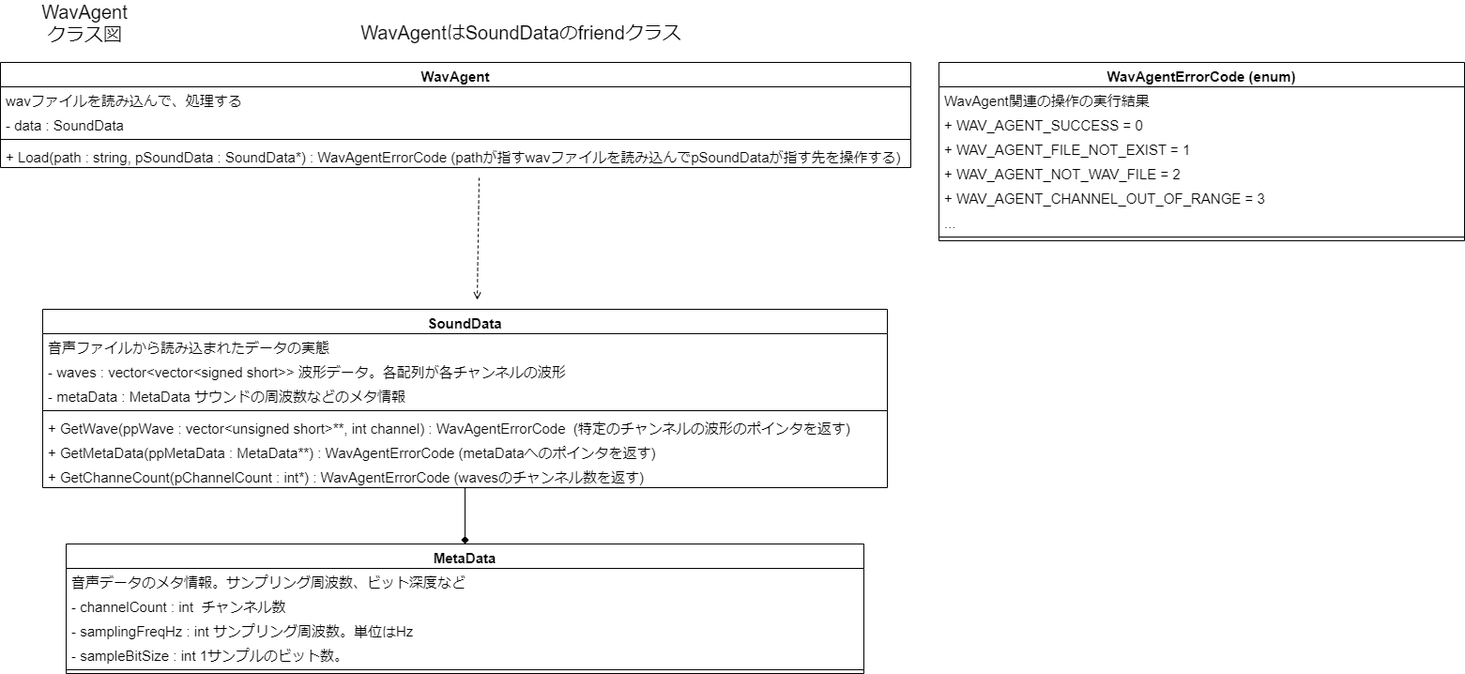
Earlier version of the draw.io export design/WavAgentClassDiagram.png (Dumble009/WavAgent). Source tidied: cells renumbered, new cells last; positions are measured from the earlier drawing's top-left corner, leaving out a move shared by most shapes.
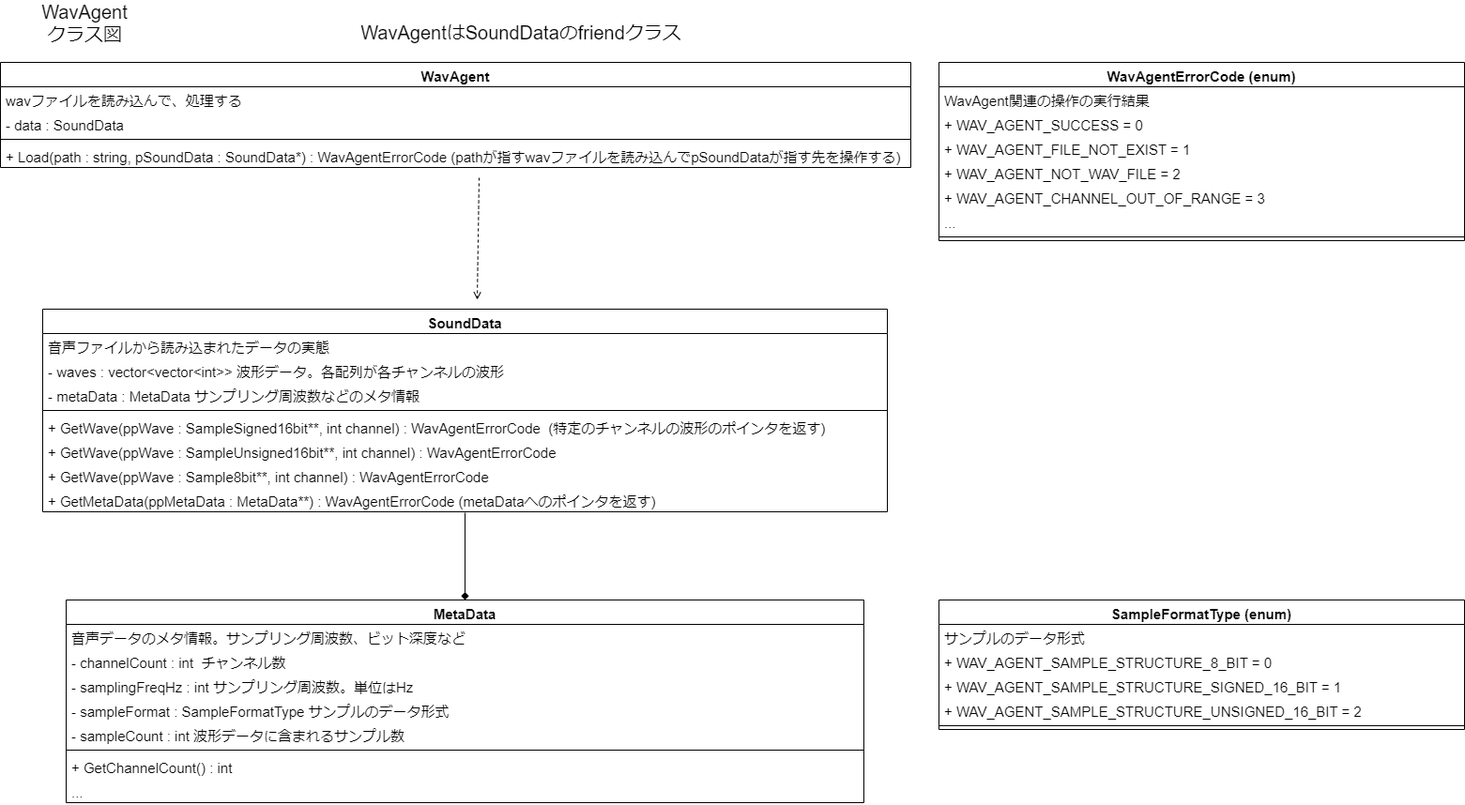
Above is the later version.

Change to the diagram source:
```diff
@@ -27,31 +27,34 @@
       <mxGeometry y="86" width="970" height="26" as="geometry" />
     </mxCell>
     <mxCell id="9" value="SoundData" style="swimlane;fontStyle=1;align=center;verticalAlign=top;horizontal=1;startSize=26;fontSize=15;" parent="1" vertex="1">
-      <mxGeometry x="45" y="320" width="900" height="190" as="geometry" />
+      <mxGeometry x="45" y="320" width="900" height="216" as="geometry" />
     </mxCell>
     <mxCell id="10" value="音声ファイルから読み込まれたデータの実態" style="text;strokeColor=none;fillColor=none;align=left;verticalAlign=top;spacingLeft=4;spacingRight=4;overflow=hidden;fontSize=15;" parent="9" vertex="1">
       <mxGeometry y="26" width="900" height="26" as="geometry" />
     </mxCell>
-    <mxCell id="11" value="- waves : vector&lt;vector&lt;signed short&gt;&gt; 波形データ。各配列が各チャンネルの波形" style="text;strokeColor=none;fillColor=none;align=left;verticalAlign=top;spacingLeft=4;spacingRight=4;overflow=hidden;fontSize=15;" parent="9" vertex="1">
+    <mxCell id="11" value="- waves : vector&lt;vector&lt;int&gt;&gt; 波形データ。各配列が各チャンネルの波形" style="text;strokeColor=none;fillColor=none;align=left;verticalAlign=top;spacingLeft=4;spacingRight=4;overflow=hidden;fontSize=15;" parent="9" vertex="1">
       <mxGeometry y="52" width="900" height="26" as="geometry" />
     </mxCell>
-    <mxCell id="12" value="- metaData : MetaData サウンドの周波数などのメタ情報" style="text;strokeColor=none;fillColor=none;align=left;verticalAlign=top;spacingLeft=4;spacingRight=4;overflow=hidden;fontSize=15;" parent="9" vertex="1">
+    <mxCell id="12" value="- metaData : MetaData サンプリング周波数などのメタ情報" style="text;strokeColor=none;fillColor=none;align=left;verticalAlign=top;spacingLeft=4;spacingRight=4;overflow=hidden;fontSize=15;" parent="9" vertex="1">
       <mxGeometry y="78" width="900" height="26" as="geometry" />
     </mxCell>
     <mxCell id="13" style="line;strokeWidth=1;fillColor=none;align=left;verticalAlign=middle;spacingTop=-1;spacingLeft=3;spacingRight=3;labelPosition=right;fontSize=15;" parent="9" vertex="1">
       <mxGeometry y="104" width="900" height="8" as="geometry" />
     </mxCell>
-    <mxCell id="14" value="+ GetWave(ppWave : vector&lt;unsigned short&gt;**, int channel) : WavAgentErrorCode  (特定のチャンネルの波形のポインタを返す)" style="text;strokeColor=none;fillColor=none;align=left;verticalAlign=top;spacingLeft=4;spacingRight=4;overflow=hidden;fontSize=15;" parent="9" vertex="1">
+    <mxCell id="14" value="+ GetWave(ppWave : SampleSigned16bit**, int channel) : WavAgentErrorCode  (特定のチャンネルの波形のポインタを返す)" style="text;strokeColor=none;fillColor=none;align=left;verticalAlign=top;spacingLeft=4;spacingRight=4;overflow=hidden;fontSize=15;" parent="9" vertex="1">
       <mxGeometry y="112" width="900" height="26" as="geometry" />
     </mxCell>
+    <mxCell id="33" value="+ GetWave(ppWave : SampleUnsigned16bit**, int channel) : WavAgentErrorCode " style="text;strokeColor=none;fillColor=none;align=left;verticalAlign=top;spacingLeft=4;spacingRight=4;overflow=hidden;fontSize=15;" parent="9" vertex="1">
+      <mxGeometry y="138" width="900" height="26" as="geometry" />
+    </mxCell>
+    <mxCell id="34" value="+ GetWave(ppWave : Sample8bit**, int channel) : WavAgentErrorCode " style="text;strokeColor=none;fillColor=none;align=left;verticalAlign=top;spacingLeft=4;spacingRight=4;overflow=hidden;fontSize=15;" parent="9" vertex="1">
+      <mxGeometry y="164" width="900" height="26" as="geometry" />
+    </mxCell>
     <mxCell id="15" value="+ GetMetaData(ppMetaData : MetaData**) : WavAgentErrorCode (metaDataへのポインタを返す)" style="text;strokeColor=none;fillColor=none;align=left;verticalAlign=top;spacingLeft=4;spacingRight=4;overflow=hidden;points=[[0,0.5],[1,0.5]];portConstraint=eastwest;fontSize=15;" parent="9" vertex="1">
-      <mxGeometry y="138" width="900" height="26" as="geometry" />
+      <mxGeometry y="190" width="900" height="26" as="geometry" />
     </mxCell>
-    <mxCell id="16" value="+ GetChanneCount(pChannelCount : int*) : WavAgentErrorCode (wavesのチャンネル数を返す)" style="text;strokeColor=none;fillColor=none;align=left;verticalAlign=top;spacingLeft=4;spacingRight=4;overflow=hidden;fontSize=15;" parent="9" vertex="1">
-      <mxGeometry y="164" width="900" height="26" as="geometry" />
-    </mxCell>
     <mxCell id="17" value="MetaData" style="swimlane;fontStyle=1;align=center;verticalAlign=top;horizontal=1;startSize=26;fontSize=15;" parent="1" vertex="1">
-      <mxGeometry x="70" y="570" width="850" height="138" as="geometry" />
+      <mxGeometry x="70" y="630" width="850" height="216" as="geometry" />
     </mxCell>
     <mxCell id="18" value="音声データのメタ情報。サンプリング周波数、ビット深度など" style="text;strokeColor=none;fillColor=none;align=left;verticalAlign=top;spacingLeft=4;spacingRight=4;overflow=hidden;fontSize=15;" parent="17" vertex="1">
       <mxGeometry y="26" width="850" height="26" as="geometry" />
@@ -62,16 +65,23 @@
     <mxCell id="20" value="- samplingFreqHz : int サンプリング周波数。単位はHz" style="text;strokeColor=none;fillColor=none;align=left;verticalAlign=top;spacingLeft=4;spacingRight=4;overflow=hidden;fontSize=15;" parent="17" vertex="1">
       <mxGeometry y="78" width="850" height="26" as="geometry" />
     </mxCell>
-    <mxCell id="21" value="- sampleBitSize : int 1サンプルのビット数。" style="text;strokeColor=none;fillColor=none;align=left;verticalAlign=top;spacingLeft=4;spacingRight=4;overflow=hidden;fontSize=15;" parent="17" vertex="1">
+    <mxCell id="21" value="- sampleFormat : SampleFormatType サンプルのデータ形式" style="text;strokeColor=none;fillColor=none;align=left;verticalAlign=top;spacingLeft=4;spacingRight=4;overflow=hidden;fontSize=15;" parent="17" vertex="1">
       <mxGeometry y="104" width="850" height="26" as="geometry" />
     </mxCell>
+    <mxCell id="35" value="- sampleCount : int 波形データに含まれるサンプル数" style="text;strokeColor=none;fillColor=none;align=left;verticalAlign=top;spacingLeft=4;spacingRight=4;overflow=hidden;fontSize=15;" parent="17" vertex="1">
+      <mxGeometry y="130" width="850" height="26" as="geometry" />
+    </mxCell>
     <mxCell id="22" style="line;strokeWidth=1;fillColor=none;align=left;verticalAlign=middle;spacingTop=-1;spacingLeft=3;spacingRight=3;labelPosition=right;fontSize=15;" parent="17" vertex="1">
-      <mxGeometry y="130" width="850" height="8" as="geometry" />
+      <mxGeometry y="156" width="850" height="8" as="geometry" />
     </mxCell>
+    <mxCell id="36" value="+ GetChannelCount() : int" style="text;strokeColor=none;fillColor=none;align=left;verticalAlign=top;spacingLeft=4;spacingRight=4;overflow=hidden;fontSize=15;" parent="17" vertex="1">
+      <mxGeometry y="164" width="850" height="26" as="geometry" />
+    </mxCell>
+    <mxCell id="37" value="..." style="text;strokeColor=none;fillColor=none;align=left;verticalAlign=top;spacingLeft=4;spacingRight=4;overflow=hidden;fontSize=15;" parent="17" vertex="1">
+      <mxGeometry y="190" width="850" height="26" as="geometry" />
+    </mxCell>
-    <mxCell id="23" style="endArrow=diamond;html=1;rounded=0;fontSize=15;endFill=1;entryX=0.5;entryY=0;entryDx=0;entryDy=0;" parent="1" edge="1" target="17">
-      <mxGeometry relative="1" as="geometry">
-        <mxPoint x="495" y="510" as="sourcePoint" />
-      </mxGeometry>
+    <mxCell id="23" style="endArrow=diamond;html=1;rounded=0;fontSize=15;endFill=1;entryX=0.5;entryY=0;entryDx=0;entryDy=0;exitX=0.5;exitY=1.038;exitDx=0;exitDy=0;exitPerimeter=0;" parent="1" edge="1" source="15" target="17">
+      <mxGeometry relative="1" as="geometry" />
     </mxCell>
     <mxCell id="24" value="WavAgentErrorCode (enum)" style="swimlane;fontStyle=1;align=center;verticalAlign=top;horizontal=1;startSize=26;fontSize=15;" parent="1" vertex="1">
       <mxGeometry x="1000" y="57" width="560" height="190" as="geometry" />
@@ -100,5 +110,23 @@
     <mxCell id="32" value="WavAgentはSoundDataのfriendクラス" style="text;html=1;strokeColor=none;fillColor=none;align=center;verticalAlign=middle;whiteSpace=wrap;rounded=0;fontSize=20;" parent="1" vertex="1">
       <mxGeometry x="360" y="10" width="390" height="30" as="geometry" />
     </mxCell>
+    <mxCell id="38" value="SampleFormatType (enum)" style="swimlane;fontStyle=1;align=center;verticalAlign=top;horizontal=1;startSize=26;fontSize=15;" parent="1" vertex="1">
+      <mxGeometry x="1000" y="630" width="560" height="138" as="geometry" />
+    </mxCell>
+    <mxCell id="39" value="サンプルのデータ形式" style="text;strokeColor=none;fillColor=none;align=left;verticalAlign=top;spacingLeft=4;spacingRight=4;overflow=hidden;fontSize=15;" parent="38" vertex="1">
+      <mxGeometry y="26" width="560" height="26" as="geometry" />
+    </mxCell>
+    <mxCell id="40" value="+ WAV_AGENT_SAMPLE_STRUCTURE_8_BIT = 0" style="text;strokeColor=none;fillColor=none;align=left;verticalAlign=top;spacingLeft=4;spacingRight=4;overflow=hidden;fontSize=15;" parent="38" vertex="1">
+      <mxGeometry y="52" width="560" height="26" as="geometry" />
+    </mxCell>
+    <mxCell id="41" value="+ WAV_AGENT_SAMPLE_STRUCTURE_SIGNED_16_BIT = 1" style="text;strokeColor=none;fillColor=none;align=left;verticalAlign=top;spacingLeft=4;spacingRight=4;overflow=hidden;fontSize=15;" parent="38" vertex="1">
+      <mxGeometry y="78" width="560" height="26" as="geometry" />
+    </mxCell>
+    <mxCell id="42" value="+ WAV_AGENT_SAMPLE_STRUCTURE_UNSIGNED_16_BIT = 2" style="text;strokeColor=none;fillColor=none;align=left;verticalAlign=top;spacingLeft=4;spacingRight=4;overflow=hidden;fontSize=15;" parent="38" vertex="1">
+      <mxGeometry y="104" width="560" height="26" as="geometry" />
+    </mxCell>
+    <mxCell id="43" style="line;strokeWidth=1;fillColor=none;align=left;verticalAlign=middle;spacingTop=-1;spacingLeft=3;spacingRight=3;labelPosition=right;fontSize=15;" parent="38" vertex="1">
+      <mxGeometry y="130" width="560" height="8" as="geometry" />
+    </mxCell>
   </root>
 </mxGraphModel>
```
